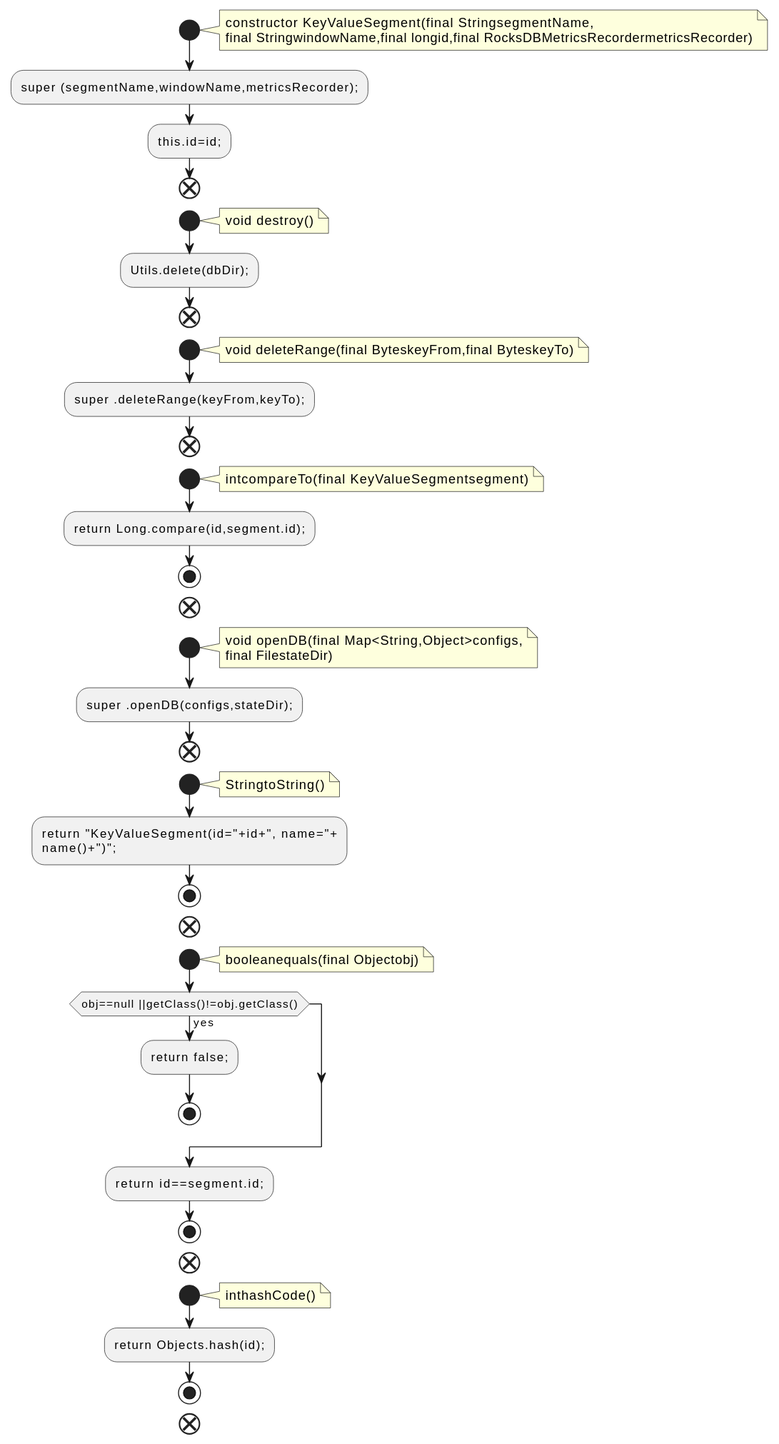
Before: docs/qc/streams/src/main/java/org/apache/kafka/streams/state/internals/KeyValueSegment.java.fct.svg, a diagram exported from PlantUML (qualitesys/kafka).
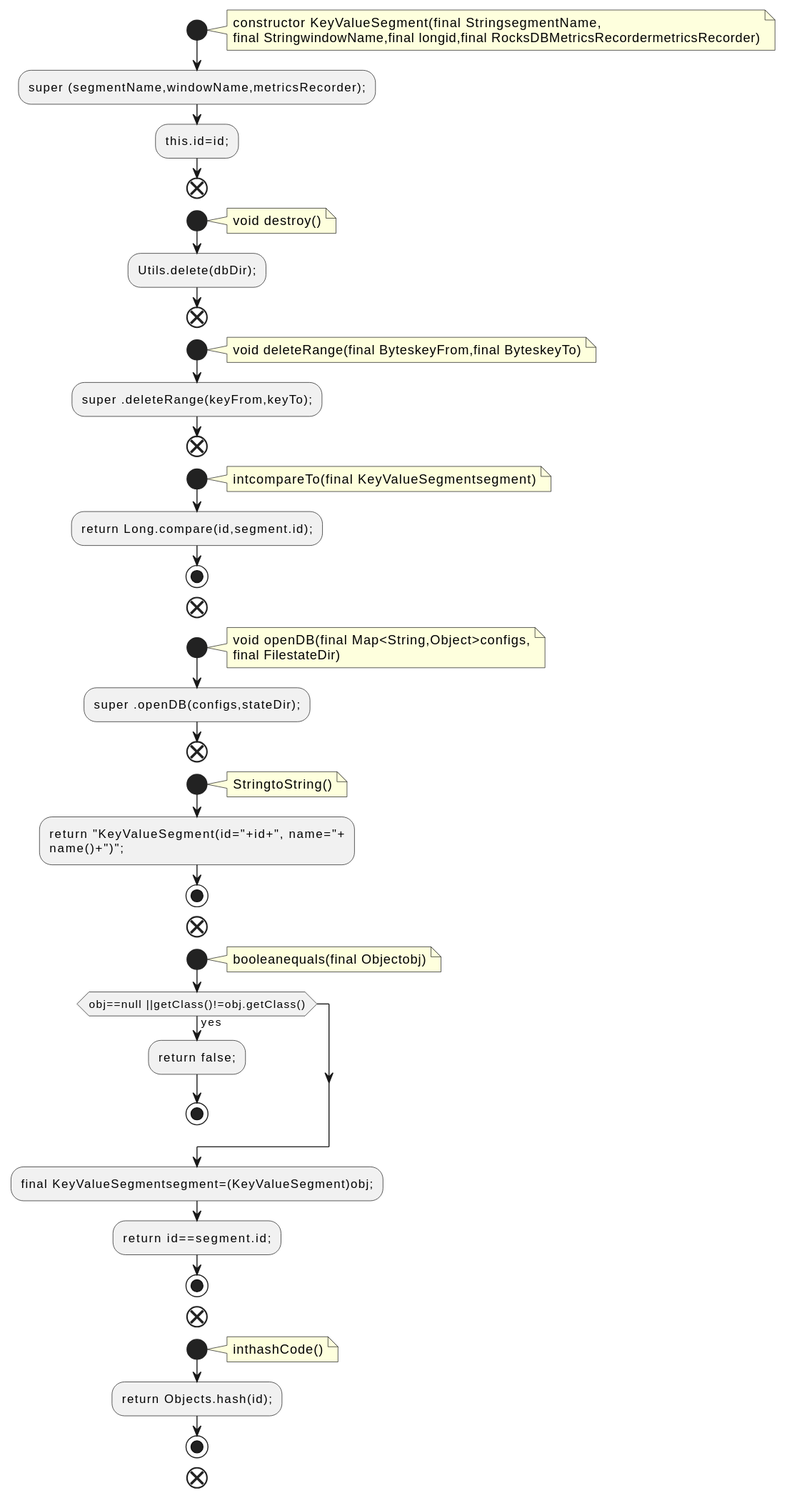
Above is the later version.

Diff of the diagram source:
```diff
@@ -50,6 +50,7 @@
 :return false;;
 stop
 endif
+:final KeyValueSegmentsegment=(KeyValueSegment)obj;;
 :return id==segment.id;;
 stop
 end
```
